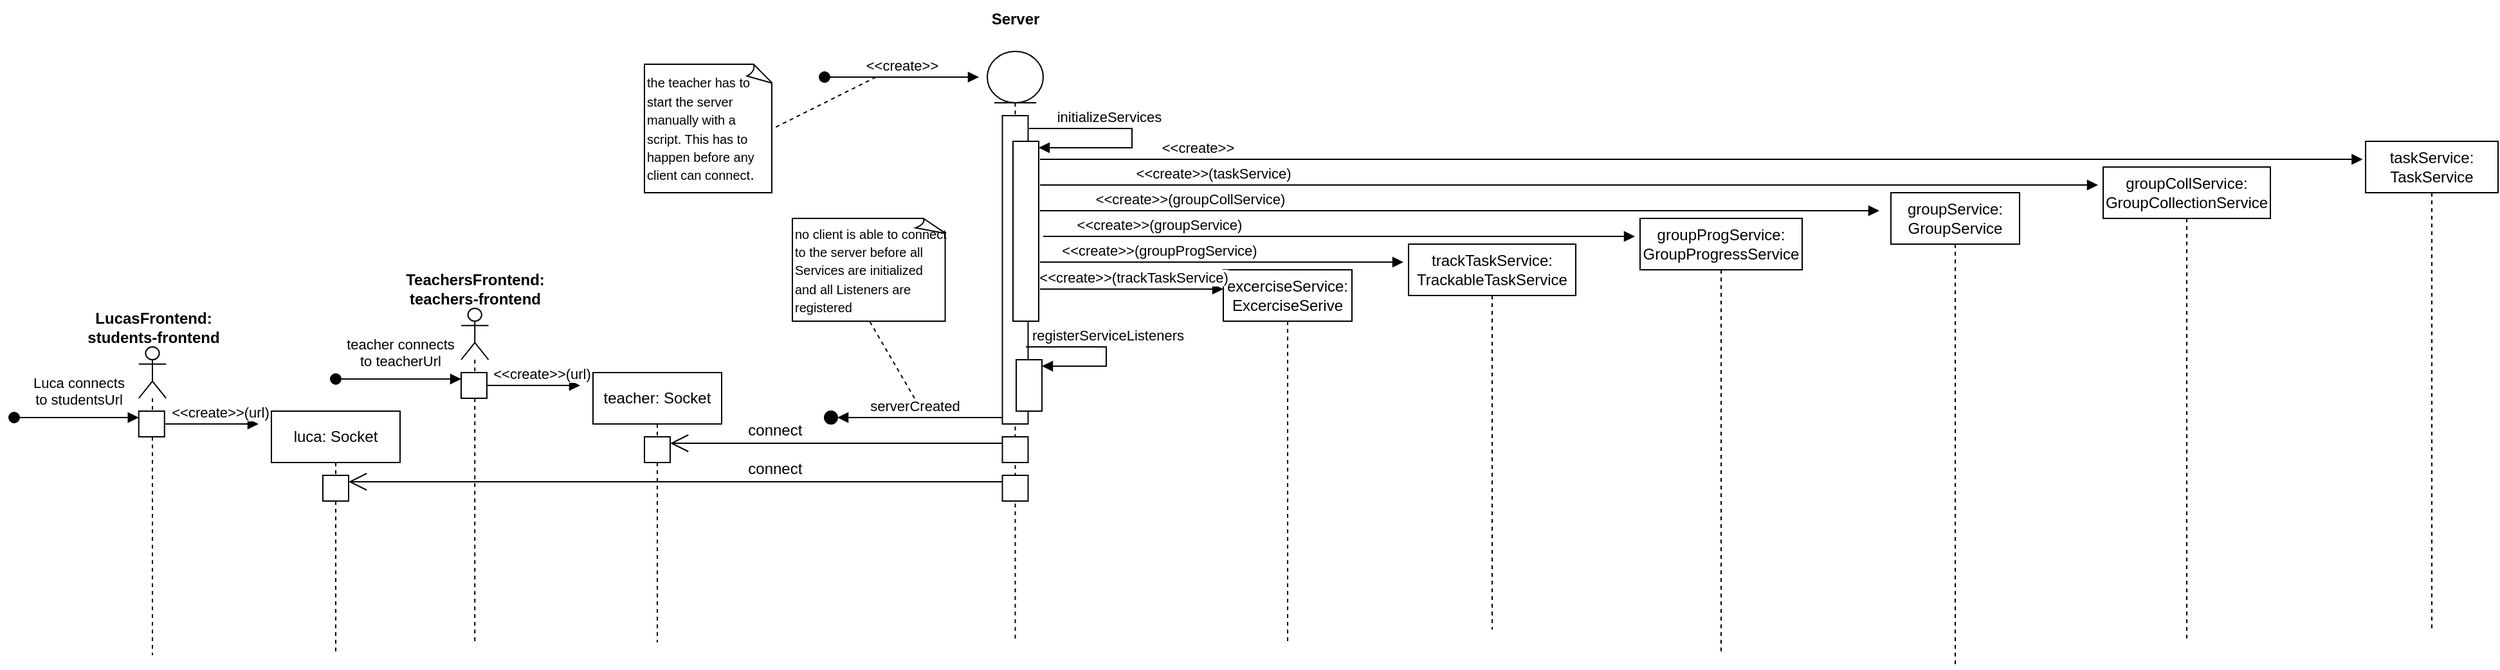
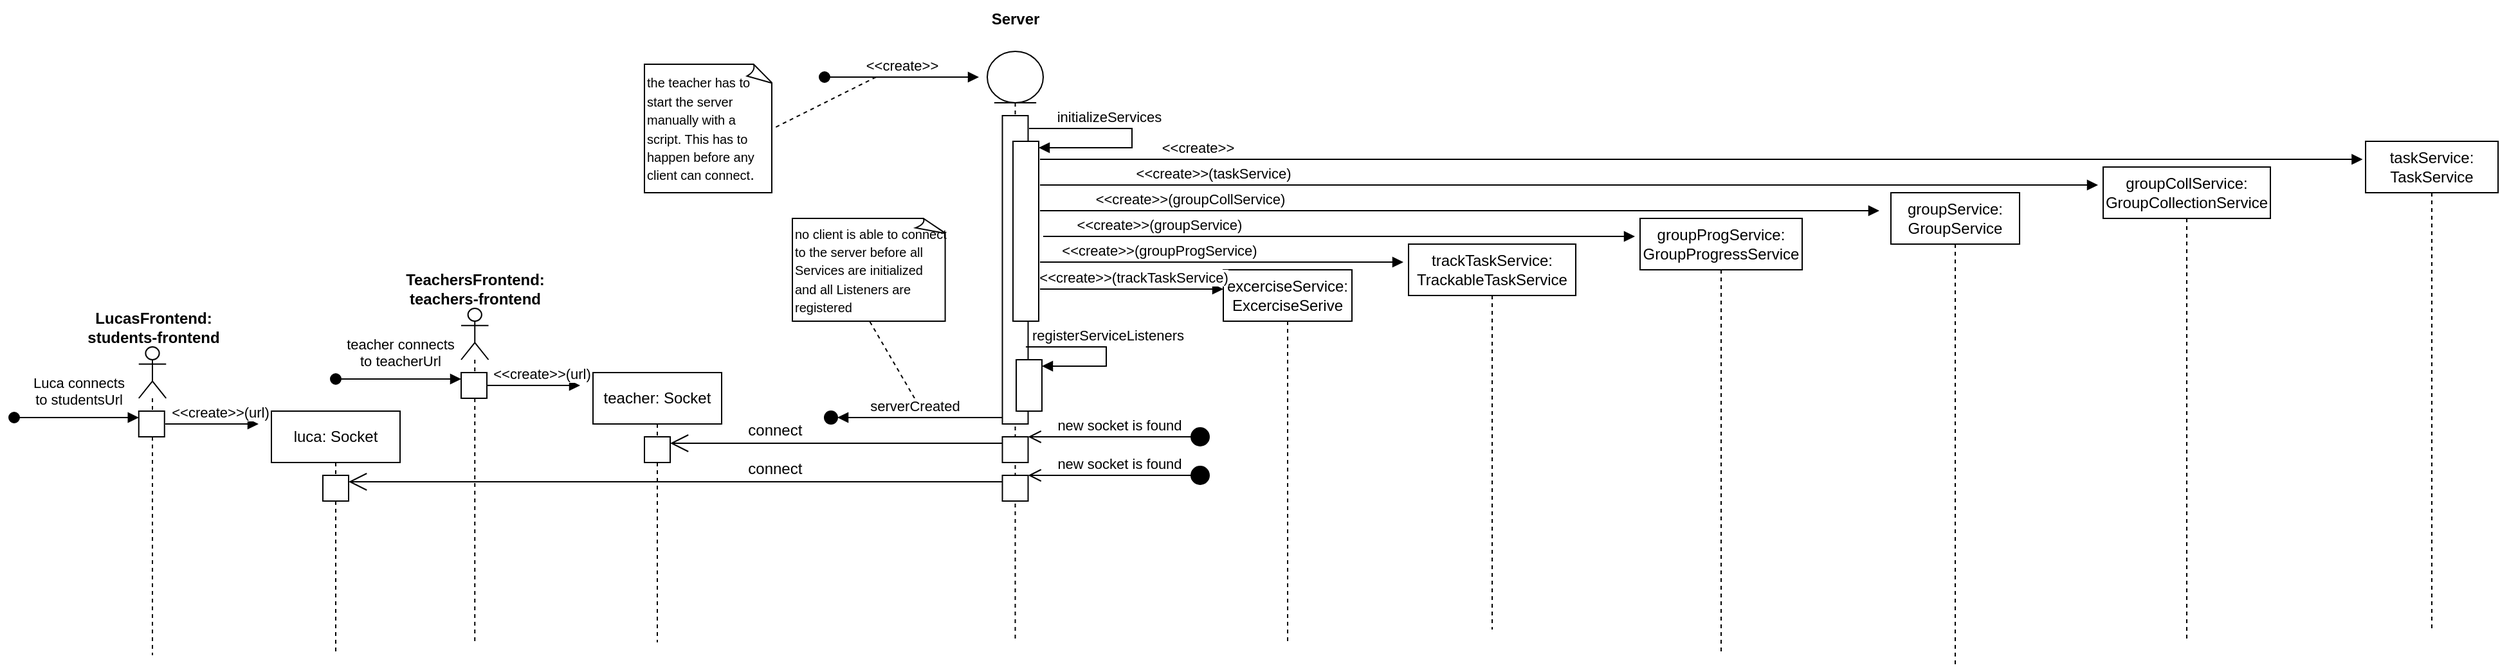
<mxfile host="app.diagrams.net" agent="Mozilla/5.0 (Windows NT 10.0; Win64; x64; rv:133.0) Gecko/20100101 Firefox/133.0" version="25.0.3">
  <diagram name="Page-1" id="2YBvvXClWsGukQMizWep">
-     <mxGraphModel dx="2269" dy="1317" grid="1" gridSize="10" guides="1" tooltips="1" connect="1" arrows="1" fold="1" page="1" pageScale="1" pageWidth="850" pageHeight="1100" math="0" shadow="0">
+     <mxGraphModel dx="722" dy="420" grid="1" gridSize="10" guides="1" tooltips="1" connect="1" arrows="1" fold="1" page="1" pageScale="1" pageWidth="850" pageHeight="1100" math="0" shadow="0">
      <root>
        <mxCell id="0" />
        <mxCell id="1" parent="0" />
        <mxCell id="mfu2dzNHZLcvLbCA3ni9-79" value="" style="shape=umlLifeline;perimeter=lifelinePerimeter;whiteSpace=wrap;html=1;container=1;dropTarget=0;collapsible=0;recursiveResize=0;outlineConnect=0;portConstraint=eastwest;newEdgeStyle={&quot;curved&quot;:0,&quot;rounded&quot;:0};participant=umlActor;" parent="1" vertex="1">
          <mxGeometry x="416.88" y="560" width="21.25" height="240" as="geometry" />
        </mxCell>
        <mxCell id="mfu2dzNHZLcvLbCA3ni9-80" value="" style="html=1;points=[[0,0,0,0,5],[0,1,0,0,-5],[1,0,0,0,5],[1,1,0,0,-5]];perimeter=orthogonalPerimeter;outlineConnect=0;targetShapes=umlLifeline;portConstraint=eastwest;newEdgeStyle={&quot;curved&quot;:0,&quot;rounded&quot;:0};" parent="mfu2dzNHZLcvLbCA3ni9-79" vertex="1">
          <mxGeometry y="50" width="20" height="20" as="geometry" />
        </mxCell>
        <mxCell id="mfu2dzNHZLcvLbCA3ni9-70" value="teacher: Socket" style="shape=umlLifeline;perimeter=lifelinePerimeter;whiteSpace=wrap;html=1;container=1;dropTarget=0;collapsible=0;recursiveResize=0;outlineConnect=0;portConstraint=eastwest;newEdgeStyle={&quot;curved&quot;:0,&quot;rounded&quot;:0};" parent="1" vertex="1">
          <mxGeometry x="770" y="580" width="100" height="210" as="geometry" />
        </mxCell>
        <mxCell id="mfu2dzNHZLcvLbCA3ni9-108" value="" style="html=1;points=[[0,0,0,0,5],[0,1,0,0,-5],[1,0,0,0,5],[1,1,0,0,-5]];perimeter=orthogonalPerimeter;outlineConnect=0;targetShapes=umlLifeline;portConstraint=eastwest;newEdgeStyle={&quot;curved&quot;:0,&quot;rounded&quot;:0};" parent="mfu2dzNHZLcvLbCA3ni9-70" vertex="1">
          <mxGeometry x="40" y="50" width="20" height="20" as="geometry" />
        </mxCell>
        <mxCell id="mfu2dzNHZLcvLbCA3ni9-82" value="luca: Socket" style="shape=umlLifeline;perimeter=lifelinePerimeter;whiteSpace=wrap;html=1;container=1;dropTarget=0;collapsible=0;recursiveResize=0;outlineConnect=0;portConstraint=eastwest;newEdgeStyle={&quot;curved&quot;:0,&quot;rounded&quot;:0};" parent="1" vertex="1">
          <mxGeometry x="520" y="610" width="100" height="190" as="geometry" />
        </mxCell>
        <mxCell id="mfu2dzNHZLcvLbCA3ni9-110" value="" style="html=1;points=[[0,0,0,0,5],[0,1,0,0,-5],[1,0,0,0,5],[1,1,0,0,-5]];perimeter=orthogonalPerimeter;outlineConnect=0;targetShapes=umlLifeline;portConstraint=eastwest;newEdgeStyle={&quot;curved&quot;:0,&quot;rounded&quot;:0};" parent="mfu2dzNHZLcvLbCA3ni9-82" vertex="1">
          <mxGeometry x="40" y="50" width="20" height="20" as="geometry" />
        </mxCell>
        <mxCell id="mfu2dzNHZLcvLbCA3ni9-30" value="&lt;div&gt;groupCollService:&lt;/div&gt;&lt;div&gt;GroupCollectionService&lt;br&gt;&lt;/div&gt;" style="shape=umlLifeline;perimeter=lifelinePerimeter;whiteSpace=wrap;html=1;container=1;dropTarget=0;collapsible=0;recursiveResize=0;outlineConnect=0;portConstraint=eastwest;newEdgeStyle={&quot;curved&quot;:0,&quot;rounded&quot;:0};" parent="1" vertex="1">
          <mxGeometry x="1944" y="420" width="130" height="370" as="geometry" />
        </mxCell>
        <mxCell id="mfu2dzNHZLcvLbCA3ni9-34" value="&lt;div&gt;groupService:&lt;/div&gt;&lt;div&gt;GroupService&lt;br&gt;&lt;/div&gt;" style="shape=umlLifeline;perimeter=lifelinePerimeter;whiteSpace=wrap;html=1;container=1;dropTarget=0;collapsible=0;recursiveResize=0;outlineConnect=0;portConstraint=eastwest;newEdgeStyle={&quot;curved&quot;:0,&quot;rounded&quot;:0};" parent="1" vertex="1">
          <mxGeometry x="1779" y="440" width="100" height="370" as="geometry" />
        </mxCell>
        <mxCell id="mfu2dzNHZLcvLbCA3ni9-36" value="&lt;div&gt;groupProgService:&lt;/div&gt;&lt;div&gt;GroupProgressService&lt;br&gt;&lt;/div&gt;" style="shape=umlLifeline;perimeter=lifelinePerimeter;whiteSpace=wrap;html=1;container=1;dropTarget=0;collapsible=0;recursiveResize=0;outlineConnect=0;portConstraint=eastwest;newEdgeStyle={&quot;curved&quot;:0,&quot;rounded&quot;:0};" parent="1" vertex="1">
          <mxGeometry x="1584" y="460" width="126" height="340" as="geometry" />
        </mxCell>
        <mxCell id="mfu2dzNHZLcvLbCA3ni9-38" value="&lt;div&gt;trackTaskService:&lt;/div&gt;&lt;div&gt;TrackableTaskService&lt;br&gt;&lt;/div&gt;" style="shape=umlLifeline;perimeter=lifelinePerimeter;whiteSpace=wrap;html=1;container=1;dropTarget=0;collapsible=0;recursiveResize=0;outlineConnect=0;portConstraint=eastwest;newEdgeStyle={&quot;curved&quot;:0,&quot;rounded&quot;:0};" parent="1" vertex="1">
          <mxGeometry x="1404" y="480" width="130" height="300" as="geometry" />
        </mxCell>
        <mxCell id="mfu2dzNHZLcvLbCA3ni9-40" value="&lt;div&gt;excerciseService:&lt;/div&gt;&lt;div&gt;ExcerciseSerive&lt;br&gt;&lt;/div&gt;" style="shape=umlLifeline;perimeter=lifelinePerimeter;whiteSpace=wrap;html=1;container=1;dropTarget=0;collapsible=0;recursiveResize=0;outlineConnect=0;portConstraint=eastwest;newEdgeStyle={&quot;curved&quot;:0,&quot;rounded&quot;:0};" parent="1" vertex="1">
          <mxGeometry x="1260" y="500" width="100" height="290" as="geometry" />
        </mxCell>
        <mxCell id="mfu2dzNHZLcvLbCA3ni9-1" value="" style="shape=umlLifeline;perimeter=lifelinePerimeter;whiteSpace=wrap;html=1;container=1;dropTarget=0;collapsible=0;recursiveResize=0;outlineConnect=0;portConstraint=eastwest;newEdgeStyle={&quot;curved&quot;:0,&quot;rounded&quot;:0};participant=umlActor;" parent="1" vertex="1">
          <mxGeometry x="667.5" y="530" width="21.25" height="260" as="geometry" />
        </mxCell>
        <mxCell id="mfu2dzNHZLcvLbCA3ni9-77" value="" style="html=1;points=[[0,0,0,0,5],[0,1,0,0,-5],[1,0,0,0,5],[1,1,0,0,-5]];perimeter=orthogonalPerimeter;outlineConnect=0;targetShapes=umlLifeline;portConstraint=eastwest;newEdgeStyle={&quot;curved&quot;:0,&quot;rounded&quot;:0};" parent="mfu2dzNHZLcvLbCA3ni9-1" vertex="1">
          <mxGeometry y="50" width="20" height="20" as="geometry" />
        </mxCell>
        <mxCell id="mfu2dzNHZLcvLbCA3ni9-2" value="&lt;div&gt;TeachersFrontend:&lt;br&gt;&lt;/div&gt;&lt;div&gt;teachers-frontend&lt;/div&gt;" style="text;align=center;fontStyle=1;verticalAlign=middle;spacingLeft=3;spacingRight=3;strokeColor=none;rotatable=0;points=[[0,0.5],[1,0.5]];portConstraint=eastwest;html=1;" parent="1" vertex="1">
          <mxGeometry x="630" y="500" width="95" height="30" as="geometry" />
        </mxCell>
        <mxCell id="mfu2dzNHZLcvLbCA3ni9-11" value="" style="shape=umlLifeline;perimeter=lifelinePerimeter;whiteSpace=wrap;html=1;container=1;dropTarget=0;collapsible=0;recursiveResize=0;outlineConnect=0;portConstraint=eastwest;newEdgeStyle={&quot;curved&quot;:0,&quot;rounded&quot;:0};participant=umlEntity;" parent="1" vertex="1">
          <mxGeometry x="1076.5" y="330" width="43.5" height="460" as="geometry" />
        </mxCell>
        <mxCell id="mfu2dzNHZLcvLbCA3ni9-15" value="" style="html=1;points=[[0,0,0,0,5],[0,1,0,0,-5],[1,0,0,0,5],[1,1,0,0,-5]];perimeter=orthogonalPerimeter;outlineConnect=0;targetShapes=umlLifeline;portConstraint=eastwest;newEdgeStyle={&quot;curved&quot;:0,&quot;rounded&quot;:0};" parent="mfu2dzNHZLcvLbCA3ni9-11" vertex="1">
          <mxGeometry x="11.75" y="50" width="20" height="240" as="geometry" />
        </mxCell>
        <mxCell id="mfu2dzNHZLcvLbCA3ni9-54" value="" style="html=1;points=[[0,0,0,0,5],[0,1,0,0,-5],[1,0,0,0,5],[1,1,0,0,-5]];perimeter=orthogonalPerimeter;outlineConnect=0;targetShapes=umlLifeline;portConstraint=eastwest;newEdgeStyle={&quot;curved&quot;:0,&quot;rounded&quot;:0};" parent="mfu2dzNHZLcvLbCA3ni9-11" vertex="1">
          <mxGeometry x="20" y="70" width="20" height="140" as="geometry" />
        </mxCell>
        <mxCell id="mfu2dzNHZLcvLbCA3ni9-55" value="initializeServices" style="html=1;verticalAlign=bottom;endArrow=block;curved=0;rounded=0;entryX=1;entryY=0;entryDx=0;entryDy=5;entryPerimeter=0;" parent="mfu2dzNHZLcvLbCA3ni9-11" target="mfu2dzNHZLcvLbCA3ni9-54" edge="1">
          <mxGeometry x="-0.2619" width="80" relative="1" as="geometry">
            <mxPoint x="32.5" y="60" as="sourcePoint" />
            <mxPoint x="142.5" y="60" as="targetPoint" />
            <Array as="points">
              <mxPoint x="112.5" y="60" />
              <mxPoint x="112.5" y="75" />
            </Array>
            <mxPoint as="offset" />
          </mxGeometry>
        </mxCell>
        <mxCell id="mfu2dzNHZLcvLbCA3ni9-56" value="" style="html=1;points=[[0,0,0,0,5],[0,1,0,0,-5],[1,0,0,0,5],[1,1,0,0,-5]];perimeter=orthogonalPerimeter;outlineConnect=0;targetShapes=umlLifeline;portConstraint=eastwest;newEdgeStyle={&quot;curved&quot;:0,&quot;rounded&quot;:0};" parent="mfu2dzNHZLcvLbCA3ni9-11" vertex="1">
          <mxGeometry x="22.5" y="240" width="20" height="40" as="geometry" />
        </mxCell>
        <mxCell id="mfu2dzNHZLcvLbCA3ni9-57" value="registerServiceListeners" style="html=1;verticalAlign=bottom;endArrow=block;curved=0;rounded=0;entryX=1;entryY=0;entryDx=0;entryDy=5;entryPerimeter=0;" parent="mfu2dzNHZLcvLbCA3ni9-11" target="mfu2dzNHZLcvLbCA3ni9-56" edge="1">
          <mxGeometry x="-0.0196" y="1" width="80" relative="1" as="geometry">
            <mxPoint x="30" y="230" as="sourcePoint" />
            <mxPoint x="122.5" y="240" as="targetPoint" />
            <Array as="points">
              <mxPoint x="92.5" y="230" />
              <mxPoint x="92.5" y="245" />
            </Array>
            <mxPoint as="offset" />
          </mxGeometry>
        </mxCell>
        <mxCell id="mfu2dzNHZLcvLbCA3ni9-99" value="" style="html=1;points=[[0,0,0,0,5],[0,1,0,0,-5],[1,0,0,0,5],[1,1,0,0,-5]];perimeter=orthogonalPerimeter;outlineConnect=0;targetShapes=umlLifeline;portConstraint=eastwest;newEdgeStyle={&quot;curved&quot;:0,&quot;rounded&quot;:0};" parent="mfu2dzNHZLcvLbCA3ni9-11" vertex="1">
          <mxGeometry x="11.75" y="300" width="20" height="20" as="geometry" />
        </mxCell>
        <mxCell id="mfu2dzNHZLcvLbCA3ni9-100" value="" style="html=1;points=[[0,0,0,0,5],[0,1,0,0,-5],[1,0,0,0,5],[1,1,0,0,-5]];perimeter=orthogonalPerimeter;outlineConnect=0;targetShapes=umlLifeline;portConstraint=eastwest;newEdgeStyle={&quot;curved&quot;:0,&quot;rounded&quot;:0};" parent="mfu2dzNHZLcvLbCA3ni9-11" vertex="1">
          <mxGeometry x="11.75" y="330" width="20" height="20" as="geometry" />
        </mxCell>
        <mxCell id="mfu2dzNHZLcvLbCA3ni9-12" value="Server" style="text;align=center;fontStyle=1;verticalAlign=middle;spacingLeft=3;spacingRight=3;strokeColor=none;rotatable=0;points=[[0,0.5],[1,0.5]];portConstraint=eastwest;html=1;" parent="1" vertex="1">
          <mxGeometry x="1050" y="290" width="95" height="30" as="geometry" />
        </mxCell>
        <mxCell id="mfu2dzNHZLcvLbCA3ni9-17" value="&lt;div align=&quot;left&quot;&gt;&lt;font style=&quot;font-size: 10px;&quot;&gt;the teacher has to start the server manually with a script. This has to happen before any client can connect&lt;/font&gt;.&lt;br&gt;&lt;/div&gt;" style="whiteSpace=wrap;html=1;shape=mxgraph.basic.document;align=left;" parent="1" vertex="1">
          <mxGeometry x="810" y="340" width="100" height="100" as="geometry" />
        </mxCell>
        <mxCell id="mfu2dzNHZLcvLbCA3ni9-18" value="" style="endArrow=none;dashed=1;html=1;rounded=0;entryX=1;entryY=0.5;entryDx=0;entryDy=0;entryPerimeter=0;" parent="1" target="mfu2dzNHZLcvLbCA3ni9-17" edge="1">
          <mxGeometry width="50" height="50" relative="1" as="geometry">
            <mxPoint x="990" y="350" as="sourcePoint" />
            <mxPoint x="1010" y="290" as="targetPoint" />
          </mxGeometry>
        </mxCell>
        <mxCell id="mfu2dzNHZLcvLbCA3ni9-19" value="&amp;lt;&amp;lt;create&amp;gt;&amp;gt;" style="html=1;verticalAlign=bottom;startArrow=oval;startFill=1;endArrow=block;startSize=8;curved=0;rounded=0;" parent="1" edge="1">
          <mxGeometry width="60" relative="1" as="geometry">
            <mxPoint x="950" y="350" as="sourcePoint" />
            <mxPoint x="1070" y="350" as="targetPoint" />
            <mxPoint as="offset" />
          </mxGeometry>
        </mxCell>
        <mxCell id="mfu2dzNHZLcvLbCA3ni9-32" value="&amp;lt;&amp;lt;create&amp;gt;&amp;gt;(taskService)" style="html=1;verticalAlign=bottom;endArrow=block;curved=0;rounded=0;" parent="1" edge="1">
          <mxGeometry x="-0.6738" width="80" relative="1" as="geometry">
            <mxPoint x="1117.5" y="434" as="sourcePoint" />
            <mxPoint x="1940" y="434" as="targetPoint" />
            <mxPoint as="offset" />
          </mxGeometry>
        </mxCell>
        <mxCell id="mfu2dzNHZLcvLbCA3ni9-43" value="&amp;lt;&amp;lt;create&amp;gt;&amp;gt;(groupCollService)" style="html=1;verticalAlign=bottom;endArrow=block;curved=0;rounded=0;" parent="1" edge="1">
          <mxGeometry x="-0.6432" width="80" relative="1" as="geometry">
            <mxPoint x="1117.5" y="454" as="sourcePoint" />
            <mxPoint x="1770" y="454" as="targetPoint" />
            <mxPoint as="offset" />
          </mxGeometry>
        </mxCell>
        <mxCell id="mfu2dzNHZLcvLbCA3ni9-45" value="&amp;lt;&amp;lt;create&amp;gt;&amp;gt;(groupService)" style="html=1;verticalAlign=bottom;endArrow=block;curved=0;rounded=0;" parent="1" edge="1">
          <mxGeometry x="-0.6087" width="80" relative="1" as="geometry">
            <mxPoint x="1120" y="474" as="sourcePoint" />
            <mxPoint x="1580" y="474" as="targetPoint" />
            <mxPoint as="offset" />
          </mxGeometry>
        </mxCell>
        <mxCell id="mfu2dzNHZLcvLbCA3ni9-47" value="&amp;lt;&amp;lt;create&amp;gt;&amp;gt;(groupProgService)" style="html=1;verticalAlign=bottom;endArrow=block;curved=0;rounded=0;" parent="1" edge="1">
          <mxGeometry x="-0.3451" width="80" relative="1" as="geometry">
            <mxPoint x="1117.5" y="494" as="sourcePoint" />
            <mxPoint x="1400" y="494" as="targetPoint" />
            <mxPoint as="offset" />
          </mxGeometry>
        </mxCell>
        <mxCell id="mfu2dzNHZLcvLbCA3ni9-49" value="&amp;lt;&amp;lt;create&amp;gt;&amp;gt;(trackTaskService)" style="html=1;verticalAlign=bottom;endArrow=block;curved=0;rounded=0;" parent="1" edge="1">
          <mxGeometry x="0.0175" width="80" relative="1" as="geometry">
            <mxPoint x="1117.5" y="515" as="sourcePoint" />
            <mxPoint x="1260" y="515" as="targetPoint" />
            <mxPoint as="offset" />
          </mxGeometry>
        </mxCell>
        <mxCell id="mfu2dzNHZLcvLbCA3ni9-51" value="&lt;font style=&quot;font-size: 10px;&quot;&gt;no client is able to connect to the server before all Services are initialized and all Listeners are registered&lt;/font&gt;" style="whiteSpace=wrap;html=1;shape=mxgraph.basic.document;align=left;" parent="1" vertex="1">
          <mxGeometry x="925" y="460" width="120" height="80" as="geometry" />
        </mxCell>
        <mxCell id="mfu2dzNHZLcvLbCA3ni9-58" value="" style="endArrow=none;dashed=1;html=1;rounded=0;entryX=0.5;entryY=1;entryDx=0;entryDy=0;entryPerimeter=0;" parent="1" target="mfu2dzNHZLcvLbCA3ni9-51" edge="1">
          <mxGeometry width="50" height="50" relative="1" as="geometry">
            <mxPoint x="1020" y="600" as="sourcePoint" />
            <mxPoint x="990" y="690" as="targetPoint" />
          </mxGeometry>
        </mxCell>
        <mxCell id="mfu2dzNHZLcvLbCA3ni9-20" value="taskService: TaskService" style="shape=umlLifeline;perimeter=lifelinePerimeter;whiteSpace=wrap;html=1;container=1;dropTarget=0;collapsible=0;recursiveResize=0;outlineConnect=0;portConstraint=eastwest;newEdgeStyle={&quot;curved&quot;:0,&quot;rounded&quot;:0};" parent="1" vertex="1">
          <mxGeometry x="2148" y="400" width="103" height="380" as="geometry" />
        </mxCell>
        <mxCell id="mfu2dzNHZLcvLbCA3ni9-66" value="&amp;lt;&amp;lt;create&amp;gt;&amp;gt;" style="html=1;verticalAlign=bottom;endArrow=block;curved=0;rounded=0;" parent="1" edge="1">
          <mxGeometry x="-0.7617" width="80" relative="1" as="geometry">
            <mxPoint x="1117.5" y="414" as="sourcePoint" />
            <mxPoint x="2145.714285714286" y="414" as="targetPoint" />
            <mxPoint as="offset" />
          </mxGeometry>
        </mxCell>
        <mxCell id="mfu2dzNHZLcvLbCA3ni9-68" value="serverCreated" style="html=1;verticalAlign=bottom;endArrow=block;curved=0;rounded=0;exitX=0;exitY=1;exitDx=0;exitDy=-5;exitPerimeter=0;" parent="1" source="mfu2dzNHZLcvLbCA3ni9-72" edge="1">
          <mxGeometry x="1" y="60" width="80" relative="1" as="geometry">
            <mxPoint x="1160" y="640" as="sourcePoint" />
            <mxPoint x="960" y="615" as="targetPoint" />
            <mxPoint x="60" y="60" as="offset" />
          </mxGeometry>
        </mxCell>
        <mxCell id="mfu2dzNHZLcvLbCA3ni9-73" value="" style="html=1;verticalAlign=bottom;endArrow=block;curved=0;rounded=0;exitX=0;exitY=1;exitDx=0;exitDy=-5;exitPerimeter=0;" parent="1" source="mfu2dzNHZLcvLbCA3ni9-15" target="mfu2dzNHZLcvLbCA3ni9-72" edge="1">
          <mxGeometry width="80" relative="1" as="geometry">
            <mxPoint x="1088" y="615" as="sourcePoint" />
            <mxPoint x="960" y="615" as="targetPoint" />
          </mxGeometry>
        </mxCell>
        <mxCell id="mfu2dzNHZLcvLbCA3ni9-72" value="" style="ellipse;whiteSpace=wrap;html=1;aspect=fixed;strokeColor=default;fillColor=#000000;" parent="1" vertex="1">
          <mxGeometry x="950" y="610" width="10" height="10" as="geometry" />
        </mxCell>
        <mxCell id="mfu2dzNHZLcvLbCA3ni9-76" value="&lt;div&gt;teacher connects&lt;/div&gt;&lt;div&gt;to teacherUrl&lt;br&gt;&lt;/div&gt;" style="html=1;verticalAlign=bottom;startArrow=oval;startFill=1;endArrow=block;startSize=8;curved=0;rounded=0;entryX=0;entryY=0;entryDx=0;entryDy=5;entryPerimeter=0;" parent="1" target="mfu2dzNHZLcvLbCA3ni9-77" edge="1">
          <mxGeometry x="0.0256" y="5" width="60" relative="1" as="geometry">
            <mxPoint x="570" y="585" as="sourcePoint" />
            <mxPoint x="660" y="580" as="targetPoint" />
            <mxPoint as="offset" />
          </mxGeometry>
        </mxCell>
        <mxCell id="mfu2dzNHZLcvLbCA3ni9-78" value="&amp;lt;&amp;lt;create&amp;gt;&amp;gt;(url)" style="html=1;verticalAlign=bottom;endArrow=block;curved=0;rounded=0;" parent="1" edge="1">
          <mxGeometry x="0.1724" width="80" relative="1" as="geometry">
            <mxPoint x="687.5" y="590" as="sourcePoint" />
            <mxPoint x="760" y="590" as="targetPoint" />
            <mxPoint as="offset" />
          </mxGeometry>
        </mxCell>
        <mxCell id="mfu2dzNHZLcvLbCA3ni9-81" value="&lt;div&gt;LucasFrontend:&lt;/div&gt;&lt;div&gt;students-frontend&lt;br&gt;&lt;/div&gt;" style="text;align=center;fontStyle=1;verticalAlign=middle;spacingLeft=3;spacingRight=3;strokeColor=none;rotatable=0;points=[[0,0.5],[1,0.5]];portConstraint=eastwest;html=1;" parent="1" vertex="1">
          <mxGeometry x="380" y="530" width="95" height="30" as="geometry" />
        </mxCell>
        <mxCell id="mfu2dzNHZLcvLbCA3ni9-83" value="&lt;div&gt;Luca connects&lt;/div&gt;&lt;div&gt;to studentsUrl&lt;br&gt;&lt;/div&gt;" style="html=1;verticalAlign=bottom;startArrow=oval;startFill=1;endArrow=block;startSize=8;curved=0;rounded=0;entryX=0;entryY=0;entryDx=0;entryDy=5;entryPerimeter=0;" parent="1" target="mfu2dzNHZLcvLbCA3ni9-80" edge="1">
          <mxGeometry x="0.0256" y="5" width="60" relative="1" as="geometry">
            <mxPoint x="320" y="615" as="sourcePoint" />
            <mxPoint x="410" y="610" as="targetPoint" />
            <mxPoint as="offset" />
          </mxGeometry>
        </mxCell>
        <mxCell id="mfu2dzNHZLcvLbCA3ni9-84" value="&amp;lt;&amp;lt;create&amp;gt;&amp;gt;(url)" style="html=1;verticalAlign=bottom;endArrow=block;curved=0;rounded=0;" parent="1" edge="1">
          <mxGeometry x="0.1724" width="80" relative="1" as="geometry">
            <mxPoint x="437.5" y="620" as="sourcePoint" />
            <mxPoint x="510" y="620" as="targetPoint" />
            <mxPoint as="offset" />
          </mxGeometry>
        </mxCell>
        <mxCell id="mfu2dzNHZLcvLbCA3ni9-103" value="" style="endArrow=open;endFill=1;endSize=12;html=1;rounded=0;exitX=0;exitY=0;exitDx=0;exitDy=5;exitPerimeter=0;entryX=1;entryY=0;entryDx=0;entryDy=5;entryPerimeter=0;" parent="1" source="mfu2dzNHZLcvLbCA3ni9-99" target="mfu2dzNHZLcvLbCA3ni9-108" edge="1">
          <mxGeometry width="160" relative="1" as="geometry">
            <mxPoint x="710" y="570" as="sourcePoint" />
            <mxPoint x="870" y="640" as="targetPoint" />
          </mxGeometry>
        </mxCell>
        <mxCell id="mfu2dzNHZLcvLbCA3ni9-107" value="&amp;nbsp;connect" style="text;html=1;align=center;verticalAlign=middle;whiteSpace=wrap;rounded=0;" parent="1" vertex="1">
          <mxGeometry x="880" y="610" width="60" height="30" as="geometry" />
        </mxCell>
        <mxCell id="mfu2dzNHZLcvLbCA3ni9-117" value="" style="endArrow=open;endFill=1;endSize=12;html=1;rounded=0;exitX=0;exitY=0;exitDx=0;exitDy=5;exitPerimeter=0;entryX=1;entryY=0;entryDx=0;entryDy=5;entryPerimeter=0;" parent="1" source="mfu2dzNHZLcvLbCA3ni9-100" target="mfu2dzNHZLcvLbCA3ni9-110" edge="1">
          <mxGeometry width="160" relative="1" as="geometry">
            <mxPoint x="1077.5" y="675" as="sourcePoint" />
            <mxPoint x="820" y="675" as="targetPoint" />
          </mxGeometry>
        </mxCell>
        <mxCell id="mfu2dzNHZLcvLbCA3ni9-118" value="&amp;nbsp;connect" style="text;html=1;align=center;verticalAlign=middle;whiteSpace=wrap;rounded=0;" parent="1" vertex="1">
          <mxGeometry x="880" y="640" width="60" height="30" as="geometry" />
        </mxCell>
+         <mxCell id="if9TOhZrL9IHwH22qfpK-1" value="new socket is found" style="html=1;verticalAlign=bottom;startArrow=circle;startFill=1;endArrow=open;startSize=6;endSize=8;curved=0;rounded=0;" edge="1" parent="1" target="mfu2dzNHZLcvLbCA3ni9-99">
+           <mxGeometry width="80" relative="1" as="geometry">
+             <mxPoint x="1250" y="630" as="sourcePoint" />
+             <mxPoint x="1220" y="629.55" as="targetPoint" />
+           </mxGeometry>
+         </mxCell>
+         <mxCell id="if9TOhZrL9IHwH22qfpK-2" value="new socket is found" style="html=1;verticalAlign=bottom;startArrow=circle;startFill=1;endArrow=open;startSize=6;endSize=8;curved=0;rounded=0;" edge="1" parent="1" target="mfu2dzNHZLcvLbCA3ni9-100">
+           <mxGeometry width="80" relative="1" as="geometry">
+             <mxPoint x="1250" y="660" as="sourcePoint" />
+             <mxPoint x="1240" y="659.55" as="targetPoint" />
+           </mxGeometry>
+         </mxCell>
      </root>
    </mxGraphModel>
  </diagram>
</mxfile>
